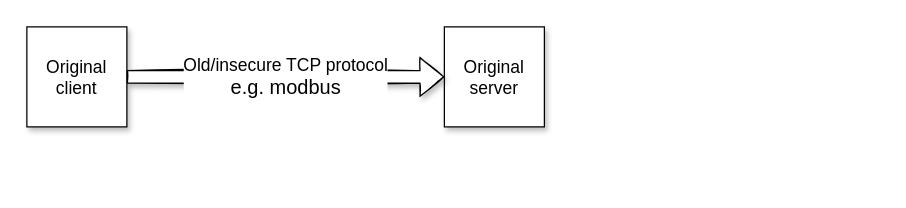
Before: doc/mqttTunnelTcp.drawio in LorenzoRompianesi/mqttTunnelTcp, a draw.io diagram. Source tidied: cells renumbered, new cells numbered last; positions are measured from the earlier drawing's top-left corner, leaving out a move shared by most shapes. Both pictures are drawn from the tidied source at 125%, with x=0, y=0 at pixel (26, 26).
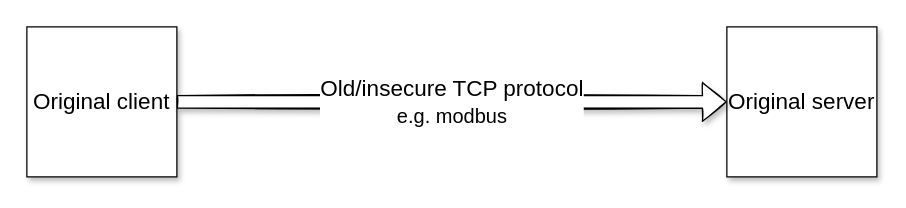
After the change.

Diff of the diagram source:
```diff
@@
 <mxGraphModel>
   <root>
     <mxCell id="0" />
     <mxCell id="1" parent="0" />
-    <mxCell id="2" value="&lt;div&gt;&lt;font style=&quot;font-size: 14px&quot;&gt;Original client&lt;/font&gt;&lt;/div&gt;" style="whiteSpace=wrap;html=1;shadow=1;" parent="1" vertex="1">
-      <mxGeometry width="80" height="80" as="geometry" />
+    <mxCell id="2" value="&lt;div&gt;&lt;font style=&quot;font-size: 18px&quot;&gt;Original client&lt;/font&gt;&lt;/div&gt;" style="whiteSpace=wrap;html=1;shadow=1;" parent="1" vertex="1">
+      <mxGeometry width="120" height="120" as="geometry" />
     </mxCell>
-    <mxCell id="3" value="&lt;font style=&quot;font-size: 14px&quot;&gt;Original server&lt;/font&gt;" style="whiteSpace=wrap;html=1;glass=0;shadow=1;rounded=0;" parent="1" vertex="1">
-      <mxGeometry x="334" width="80" height="80" as="geometry" />
+    <mxCell id="3" value="&lt;font style=&quot;font-size: 18px&quot;&gt;Original server&lt;/font&gt;" style="whiteSpace=wrap;html=1;glass=0;shadow=1;rounded=0;" parent="1" vertex="1">
+      <mxGeometry x="560" width="120" height="120" as="geometry" />
     </mxCell>
-    <mxCell id="4" value="&lt;div&gt;&lt;font style=&quot;font-size: 14px&quot;&gt;Old/insecure TCP protocol&lt;/font&gt;&lt;/div&gt;&lt;div&gt;&lt;font size=&quot;3&quot;&gt;e.g. modbus&lt;/font&gt;&lt;/div&gt;" style="endArrow=classic;html=1;rounded=0;shape=flexArrow;exitX=1;exitY=0.5;exitDx=0;exitDy=0;entryX=0;entryY=0.5;entryDx=0;entryDy=0;fillColor=#FFFFFF;shadow=1;sketch=1;" parent="1" edge="1" source="2" target="3">
+    <mxCell id="4" value="&lt;div&gt;&lt;font style=&quot;font-size: 18px&quot;&gt;Old/insecure TCP protocol&lt;/font&gt;&lt;/div&gt;&lt;div&gt;&lt;font size=&quot;3&quot;&gt;e.g. modbus&lt;/font&gt;&lt;/div&gt;" style="endArrow=classic;html=1;rounded=0;shape=flexArrow;exitX=1;exitY=0.5;exitDx=0;exitDy=0;entryX=0;entryY=0.5;entryDx=0;entryDy=0;fillColor=#FFFFFF;shadow=1;sketch=1;" parent="1" edge="1" source="2" target="3">
       <mxGeometry relative="1" as="geometry" />
     </mxCell>
   </root>
 </mxGraphModel>
```
